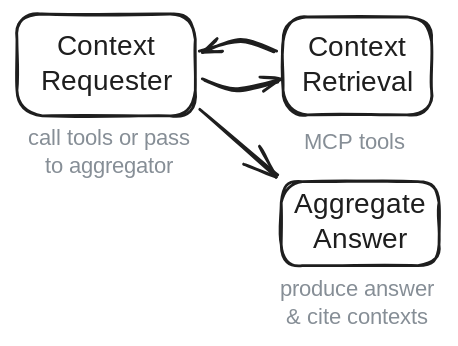
penguinmenac3/quack-norris keeps this Excalidraw diagram as docs/agent.excalidraw.svg. Above is the earlier version. Source tidied: one line per element, renumbered; positions are measured from the earlier drawing's top-left corner, leaving out a move shared by most shapes.
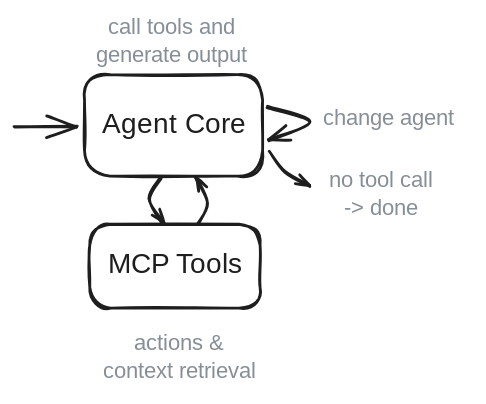
The same file after the commit.

The edit, as a diff of the source:
```diff
@@ -1,12 +1,13 @@
-{"id": 0, "type": "rectangle", "strokeColor": "#1e1e1e", "strokeWidth": 2, "roughness": 1, "round": true, "x": 2, "y": 0, "width": 127, "height": 73}
+{"id": 0, "type": "rectangle", "strokeColor": "#1e1e1e", "strokeWidth": 2, "roughness": 1, "round": true, "x": 29, "y": 0, "width": 127, "height": 73}
-{"id": 1, "type": "text", "text": "Context\nRequester", "strokeColor": "#1e1e1e", "strokeWidth": 2, "roughness": 1, "fontSize": 20, "fontFamily": 5, "textAlign": "center", "verticalAlign": "middle", "inside": 0, "x": 16, "y": 11, "width": 99, "height": 50}
+{"id": 1, "type": "text", "text": "Agent Core", "strokeColor": "#1e1e1e", "strokeWidth": 2, "roughness": 1, "fontSize": 20, "fontFamily": 5, "textAlign": "center", "verticalAlign": "middle", "inside": 0, "x": 39, "y": 24, "width": 108, "height": 25}
-{"id": 2, "type": "rectangle", "strokeColor": "#1e1e1e", "strokeWidth": 2, "roughness": 1, "round": true, "x": 191, "y": 120, "width": 113, "height": 60}
-{"id": 3, "type": "text", "text": "Aggregate\nAnswer", "strokeColor": "#1e1e1e", "strokeWidth": 2, "roughness": 1, "fontSize": 20, "fontFamily": 5, "textAlign": "center", "verticalAlign": "middle", "inside": 2, "x": 198, "y": 125, "width": 99, "height": 50}
-{"id": 4, "type": "arrow", "strokeColor": "#1e1e1e", "strokeWidth": 2, "roughness": 1, "endArrowhead": "arrow", "round": true, "from": 11, "to": 2, "x": 132, "y": 68, "width": 56, "height": 47, "points": [[0, 0], [56, 47]]}
+{"id": 4, "type": "arrow", "strokeColor": "#1e1e1e", "strokeWidth": 2, "roughness": 1, "endArrowhead": "arrow", "round": true, "to": 0, "x": -21, "y": 37, "width": 46, "height": 0, "points": [[0, 0], [46, 0]]}
-{"id": 5, "type": "rectangle", "strokeColor": "#1e1e1e", "strokeWidth": 2, "roughness": 1, "round": true, "x": 192, "y": 2, "width": 106, "height": 70}
+{"id": 5, "type": "rectangle", "strokeColor": "#1e1e1e", "strokeWidth": 2, "roughness": 1, "round": true, "x": 33, "y": 107, "width": 122, "height": 60}
-{"id": 6, "type": "text", "text": "Context\nRetrieval", "strokeColor": "#1e1e1e", "strokeWidth": 2, "roughness": 1, "fontSize": 20, "fontFamily": 5, "textAlign": "center", "verticalAlign": "middle", "inside": 5, "x": 202, "y": 12, "width": 87, "height": 50}
+{"id": 6, "type": "text", "text": "MCP Tools", "strokeColor": "#1e1e1e", "strokeWidth": 2, "roughness": 1, "fontSize": 20, "fontFamily": 5, "textAlign": "center", "verticalAlign": "middle", "inside": 5, "x": 41, "y": 125, "width": 105, "height": 25}
-{"id": 7, "type": "arrow", "strokeColor": "#1e1e1e", "strokeWidth": 2, "roughness": 1, "endArrowhead": "arrow", "round": true, "from": 0, "to": 5, "x": 136, "y": 47, "width": 53, "height": 7, "points": [[0, 0], [23, 7], [53, 1]]}
+{"id": 7, "type": "arrow", "strokeColor": "#1e1e1e", "strokeWidth": 2, "roughness": 1, "endArrowhead": "arrow", "round": true, "from": 0, "to": 5, "x": 84, "y": 74, "width": 9, "height": 32, "points": [[0, 0], [-8, 15], [1, 32]]}
-{"id": 8, "type": "arrow", "strokeColor": "#1e1e1e", "strokeWidth": 2, "roughness": 1, "endArrowhead": "arrow", "round": true, "from": 5, "to": 0, "x": 186, "y": 26, "width": 53, "height": 9, "points": [[0, 0], [-25, -8], [-53, 1]]}
+{"id": 8, "type": "arrow", "strokeColor": "#1e1e1e", "strokeWidth": 2, "roughness": 1, "endArrowhead": "arrow", "round": true, "from": 5, "to": 0, "x": 110, "y": 106, "width": 8, "height": 32, "points": [[0, 0], [6, -15], [-1, -32]]}
-{"id": 9, "type": "text", "text": "MCP tools", "strokeColor": "#868e96", "strokeWidth": 2, "roughness": 1, "fontSize": 16, "fontFamily": 5, "x": 207, "y": 82, "width": 80, "height": 20}
+{"id": 9, "type": "text", "text": "actions &\ncontext retrieval", "strokeColor": "#868e96", "strokeWidth": 2, "roughness": 1, "fontSize": 16, "fontFamily": 5, "textAlign": "center", "x": 31, "y": 183, "width": 132, "height": 40}
-{"id": 10, "type": "text", "text": "produce answer\n& cite contexts", "strokeColor": "#868e96", "strokeWidth": 2, "roughness": 1, "fontSize": 16, "fontFamily": 5, "textAlign": "center", "x": 183, "y": 187, "width": 124, "height": 40}
-{"id": 11, "type": "text", "text": "call tools or pass\nto aggregator", "strokeColor": "#868e96", "strokeWidth": 2, "roughness": 1, "fontSize": 16, "fontFamily": 5, "textAlign": "center", "x": 0, "y": 79, "width": 135, "height": 40}
+{"id": 11, "type": "text", "text": "call tools and\ngenerate output", "strokeColor": "#868e96", "strokeWidth": 2, "roughness": 1, "fontSize": 16, "fontFamily": 5, "textAlign": "center", "x": 28, "y": -43, "width": 127, "height": 40}
+{"id": 12, "type": "arrow", "strokeColor": "#1e1e1e", "strokeWidth": 2, "roughness": 1, "endArrowhead": "arrow", "round": true, "from": 0, "to": 0, "x": 159, "y": 23, "width": 31, "height": 24, "points": [[0, 0], [31, 11], [1, 24]]}
+{"id": 13, "type": "text", "text": "change agent", "strokeColor": "#868e96", "strokeWidth": 2, "roughness": 1, "fontSize": 16, "fontFamily": 5, "textAlign": "center", "x": 195, "y": 22, "width": 103, "height": 20}
+{"id": 14, "type": "arrow", "strokeColor": "#1e1e1e", "strokeWidth": 2, "roughness": 1, "endArrowhead": "arrow", "round": true, "from": 0, "x": 161, "y": 56, "width": 29, "height": 24, "points": [[0, 0], [11, 14], [29, 24]]}
+{"id": 15, "type": "text", "text": "no tool call\n-> done", "strokeColor": "#868e96", "strokeWidth": 2, "roughness": 1, "fontSize": 16, "fontFamily": 5, "textAlign": "center", "x": 198, "y": 67, "width": 87, "height": 40}
```
